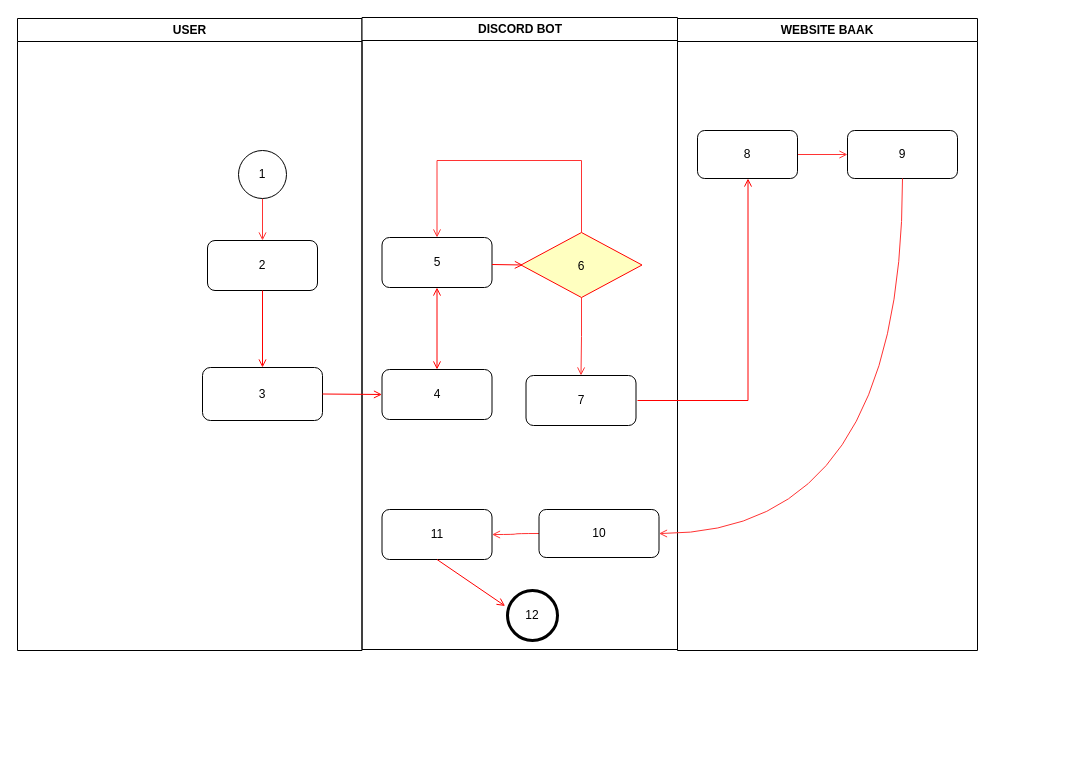
The draw.io diagram FlowGraph Diagram.drawio in Ikhari/For-app.diagrams.net, before the edit. Source tidied: cells renumbered, new cells numbered last; positions are measured from the earlier drawing's top-left corner, leaving out a move shared by most shapes. Both pictures are drawn from the tidied source at 100%, with x=0, y=0 at pixel (17, 17).
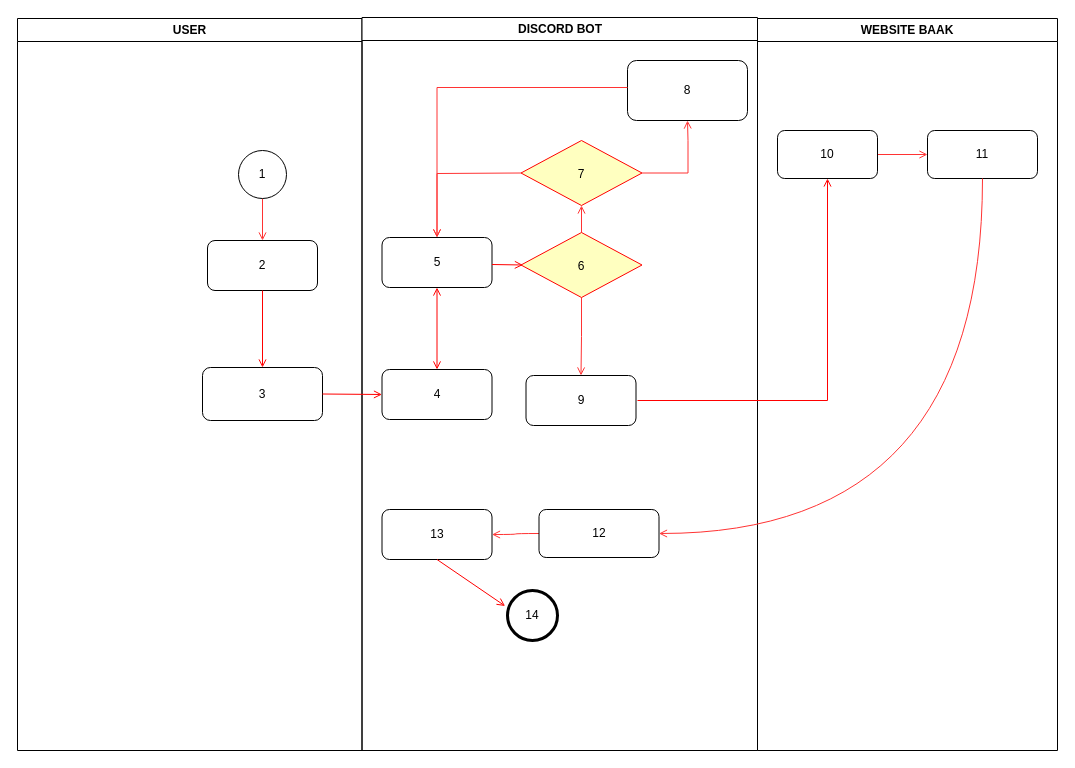
The same page after the edit.

Unchanged cells that the change refers to:
```xml
<mxCell id="9" value="5" style="rounded=1;whiteSpace=wrap;html=1;" parent="8" vertex="1">
  <mxGeometry x="20" y="220" width="110" height="50" as="geometry" />
</mxCell>
<mxCell id="13" value="6" style="rhombus;fillColor=#ffffc0;strokeColor=#ff0000;fontSize=12;" parent="8" vertex="1">
  <mxGeometry x="159" y="215" width="121" height="65" as="geometry" />
</mxCell>
```

Change to the diagram source:
```diff
@@
     <mxCell id="2" value="USER" style="swimlane;whiteSpace=wrap;" parent="1" vertex="1">
-      <mxGeometry y="1" width="344.5" height="632" as="geometry" />
+      <mxGeometry y="1" width="344.5" height="732" as="geometry" />
     </mxCell>
@@
     <mxCell id="8" value="DISCORD BOT" style="swimlane;whiteSpace=wrap;" parent="1" vertex="1">
-      <mxGeometry x="344.5" width="315.5" height="632" as="geometry" />
+      <mxGeometry x="344.5" width="395.5" height="733" as="geometry" />
     </mxCell>
@@
+    <mxCell id="29" style="edgeStyle=orthogonalEdgeStyle;rounded=0;jettySize=auto;html=1;strokeColor=#FF3333;endArrow=open;endFill=0;" parent="8" edge="1" source="13" target="32">
+      <mxGeometry relative="1" as="geometry" />
+    </mxCell>
@@
-    <mxCell id="15" value="7" style="rounded=1;whiteSpace=wrap;html=1;" parent="8" vertex="1">
+    <mxCell id="15" value="9" style="rounded=1;whiteSpace=wrap;html=1;" parent="8" vertex="1">
       <mxGeometry x="164" y="358" width="110" height="50" as="geometry" />
     </mxCell>
-    <mxCell id="16" value="11" style="rounded=1;whiteSpace=wrap;html=1;" parent="8" vertex="1">
+    <mxCell id="16" value="13" style="rounded=1;whiteSpace=wrap;html=1;" parent="8" vertex="1">
       <mxGeometry x="20" y="492" width="110" height="50" as="geometry" />
     </mxCell>
@@
-    <mxCell id="19" value="10" style="rounded=1;whiteSpace=wrap;html=1;" parent="8" vertex="1">
+    <mxCell id="19" value="12" style="rounded=1;whiteSpace=wrap;html=1;" parent="8" vertex="1">
       <mxGeometry x="177" y="492" width="120" height="48" as="geometry" />
     </mxCell>
-    <mxCell id="20" style="edgeStyle=orthogonalEdgeStyle;rounded=0;jettySize=auto;html=1;fillColor=#e51400;strokeColor=#FF3333;endArrow=open;endFill=0;entryX=0.5;entryY=0;entryDx=0;entryDy=0;" parent="8" edge="1" source="13" target="9">
-      <mxGeometry relative="1" as="geometry">
-        <Array as="points">
-          <mxPoint x="220" y="143" />
-          <mxPoint x="75" y="143" />
-        </Array>
-      </mxGeometry>
-    </mxCell>
-    <mxCell id="21" value="12" style="ellipse;whiteSpace=wrap;html=1;strokeWidth=3;" parent="8" vertex="1">
+    <mxCell id="21" value="14" style="ellipse;whiteSpace=wrap;html=1;strokeWidth=3;" parent="8" vertex="1">
       <mxGeometry x="145.5" y="573" width="50" height="50" as="geometry" />
     </mxCell>
+    <mxCell id="30" value="8" style="rounded=1;whiteSpace=wrap;html=1;strokeWidth=1;" parent="8" vertex="1">
+      <mxGeometry x="265.5" y="43" width="120" height="60" as="geometry" />
+    </mxCell>
+    <mxCell id="31" style="edgeStyle=orthogonalEdgeStyle;rounded=0;jettySize=auto;html=1;entryX=0.5;entryY=0;entryDx=0;entryDy=0;strokeColor=#FF3333;endArrow=open;endFill=0;" parent="8" edge="1" target="9">
+      <mxGeometry relative="1" as="geometry">
+        <mxPoint x="159" y="155.5" as="sourcePoint" />
+      </mxGeometry>
+    </mxCell>
+    <mxCell id="32" value="7" style="rhombus;fillColor=#ffffc0;strokeColor=#ff0000;fontSize=12;" parent="8" vertex="1">
+      <mxGeometry x="159" y="123" width="121" height="65" as="geometry" />
+    </mxCell>
+    <mxCell id="33" style="edgeStyle=orthogonalEdgeStyle;rounded=0;jettySize=auto;html=1;strokeColor=#FF3333;endArrow=open;endFill=0;entryX=0.5;entryY=1;entryDx=0;entryDy=0;" parent="8" edge="1" source="32" target="30">
+      <mxGeometry relative="1" as="geometry">
+        <Array as="points">
+          <mxPoint x="326" y="155" />
+          <mxPoint x="326" y="123" />
+        </Array>
+      </mxGeometry>
+    </mxCell>
     <mxCell id="22" value="WEBSITE BAAK" style="swimlane;whiteSpace=wrap;" parent="1" vertex="1">
-      <mxGeometry x="660" y="1" width="300" height="632" as="geometry" />
+      <mxGeometry x="740" y="1" width="300" height="732" as="geometry" />
     </mxCell>
@@
-    <mxCell id="24" value="8" style="rounded=1;whiteSpace=wrap;html=1;" parent="22" vertex="1">
+    <mxCell id="24" value="10" style="rounded=1;whiteSpace=wrap;html=1;" parent="22" vertex="1">
       <mxGeometry x="20" y="112" width="100" height="48" as="geometry" />
     </mxCell>
-    <mxCell id="25" value="9" style="rounded=1;whiteSpace=wrap;html=1;" parent="22" vertex="1">
+    <mxCell id="25" value="11" style="rounded=1;whiteSpace=wrap;html=1;" parent="22" vertex="1">
       <mxGeometry x="170" y="112" width="110" height="48" as="geometry" />
     </mxCell>
@@
     <mxCell id="28" style="edgeStyle=elbowEdgeStyle;elbow=horizontal;strokeColor=#FF0000;endArrow=open;endFill=1;rounded=0;entryX=0.5;entryY=1;entryDx=0;entryDy=0;" parent="1" edge="1" target="24">
       <mxGeometry relative="1" as="geometry">
         <mxPoint x="620" y="383" as="sourcePoint" />
         <Array as="points">
-          <mxPoint x="730.5" y="303" />
+          <mxPoint x="810" y="293" />
           <mxPoint x="730.5" y="433" />
           <mxPoint x="730.5" y="433" />
           <mxPoint x="730.5" y="433" />
           <mxPoint x="730.5" y="363" />
         </Array>
       </mxGeometry>
     </mxCell>
+    <mxCell id="34" style="edgeStyle=orthogonalEdgeStyle;rounded=0;jettySize=auto;html=1;strokeColor=#FF3333;endArrow=open;endFill=0;entryX=0.5;entryY=0;entryDx=0;entryDy=0;" parent="1" edge="1" target="9">
+      <mxGeometry relative="1" as="geometry">
+        <mxPoint x="610" y="70" as="sourcePoint" />
+        <Array as="points">
+          <mxPoint x="419" y="70" />
+        </Array>
+      </mxGeometry>
+    </mxCell>
```
